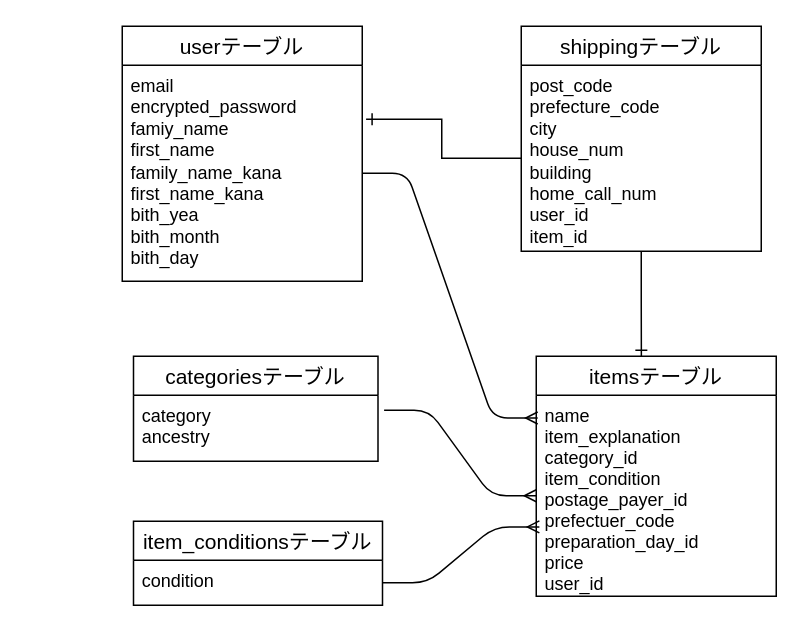
The draw.io diagram page "ページ1" (1 of 2) of ER.dio/furima.dio in souyama77/furima-29616-v2, before the edit. Source tidied: cells renumbered, new cells numbered last; positions are measured from the earlier drawing's top-left corner, leaving out a move shared by most shapes. Both pictures are drawn from the tidied source at 150%, with x=0, y=0 at pixel (122, 26).
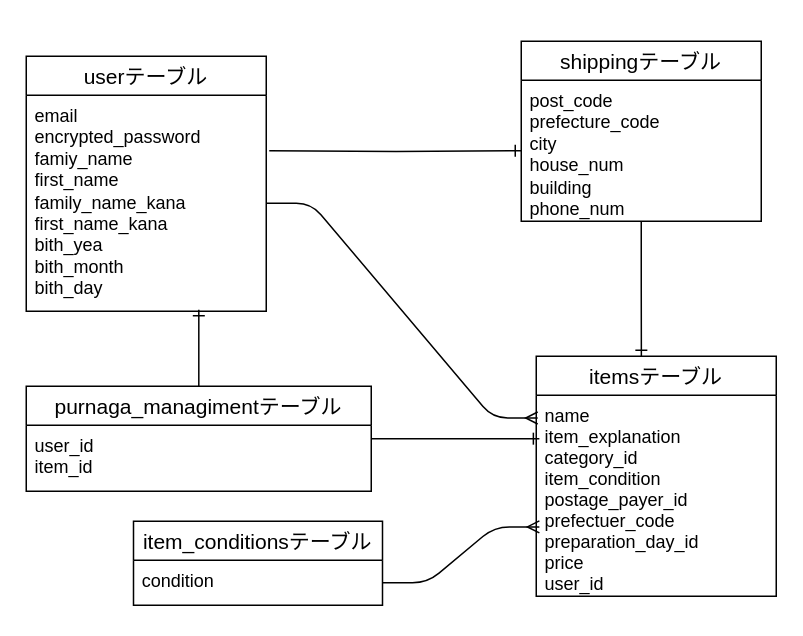
The same diagram, later.

What changed in the source:
```diff
@@
 <mxGraphModel>
   <root>
     <mxCell id="0" />
     <mxCell id="1" parent="0" />
     <mxCell id="2" value="userテーブル" style="swimlane;fontStyle=0;horizontal=1;startSize=26;align=center;fontSize=14;rounded=0;sketch=0;flipH=0;flipV=0;" parent="1" vertex="1">
-      <mxGeometry width="160" height="170" as="geometry" />
+      <mxGeometry x="-64" y="20" width="160" height="170" as="geometry" />
     </mxCell>
     <mxCell id="3" value="email&lt;br&gt;encrypted_password&lt;br&gt;&lt;span&gt;famiy_name&lt;/span&gt;&lt;br style=&quot;padding: 0px ; margin: 0px&quot;&gt;&lt;span&gt;first_name&lt;/span&gt;&lt;br style=&quot;padding: 0px ; margin: 0px&quot;&gt;&lt;span&gt;family_name_kana&lt;/span&gt;&lt;br style=&quot;padding: 0px ; margin: 0px&quot;&gt;&lt;span&gt;first_name_kana&lt;/span&gt;&lt;br style=&quot;padding: 0px ; margin: 0px&quot;&gt;&lt;span&gt;bith_yea&lt;/span&gt;&lt;br style=&quot;padding: 0px ; margin: 0px&quot;&gt;&lt;span&gt;bith_month&lt;/span&gt;&lt;br style=&quot;padding: 0px ; margin: 0px&quot;&gt;&lt;span&gt;bith_day&lt;/span&gt;&lt;br style=&quot;padding: 0px ; margin: 0px&quot;&gt;" style="text;strokeColor=none;fillColor=none;spacingLeft=4;spacingRight=4;overflow=hidden;points=[[0,0.5],[1,0.5]];portConstraint=eastwest;fontSize=12;html=1;whiteSpace=wrap;" parent="2" vertex="1">
       <mxGeometry y="26" width="160" height="144" as="geometry" />
     </mxCell>
     <mxCell id="4" style="edgeStyle=orthogonalEdgeStyle;rounded=0;jettySize=auto;html=1;entryX=0.438;entryY=0;entryDx=0;entryDy=0;entryPerimeter=0;endArrow=ERone;endFill=0;" parent="1" edge="1" source="5" target="7">
       <mxGeometry relative="1" as="geometry" />
     </mxCell>
     <mxCell id="5" value="shippingテーブル" style="swimlane;fontStyle=0;horizontal=1;startSize=26;align=center;fontSize=14;rounded=0;sketch=0;" parent="1" vertex="1">
-      <mxGeometry x="266" width="160" height="150" as="geometry" />
+      <mxGeometry x="266" y="10" width="160" height="120" as="geometry" />
     </mxCell>
-    <mxCell id="6" value="post_code&lt;br&gt;prefecture_code&lt;br&gt;city&lt;br&gt;house_num&lt;br&gt;building&lt;br&gt;home_call_num&lt;br&gt;user_id&lt;br&gt;item_id" style="text;strokeColor=none;fillColor=none;spacingLeft=4;spacingRight=4;overflow=hidden;points=[[0,0.5],[1,0.5]];portConstraint=eastwest;fontSize=12;html=1;whiteSpace=wrap;" parent="5" vertex="1">
-      <mxGeometry y="26" width="160" height="124" as="geometry" />
+    <mxCell id="6" value="post_code&lt;br&gt;prefecture_code&lt;br&gt;city&lt;br&gt;house_num&lt;br&gt;building&lt;br&gt;phone_num&lt;br&gt;&lt;br&gt;" style="text;strokeColor=none;fillColor=none;spacingLeft=4;spacingRight=4;overflow=hidden;points=[[0,0.5],[1,0.5]];portConstraint=eastwest;fontSize=12;html=1;whiteSpace=wrap;" parent="5" vertex="1">
+      <mxGeometry y="26" width="160" height="94" as="geometry" />
     </mxCell>
     <mxCell id="7" value="itemsテーブル" style="swimlane;fontStyle=0;horizontal=1;startSize=26;align=center;fontSize=14;" parent="1" vertex="1">
       <mxGeometry x="276" y="220" width="160" height="160" as="geometry" />
     </mxCell>
     <mxCell id="8" value="name&#10;item_explanation&#10;category_id&#10;item_condition&#10;postage_payer_id&#10;prefectuer_code&#10;preparation_day_id&#10;price&#10;user_id&#10;" style="text;strokeColor=none;fillColor=none;spacingLeft=4;spacingRight=4;overflow=hidden;points=[[0,0.5],[1,0.5]];portConstraint=eastwest;fontSize=12;" parent="7" vertex="1">
       <mxGeometry y="26" width="160" height="134" as="geometry" />
     </mxCell>
-    <mxCell id="9" value="categoriesテーブル" style="swimlane;fontStyle=0;horizontal=1;startSize=26;align=center;fontSize=14;" parent="1" vertex="1">
-      <mxGeometry x="7.5" y="220" width="163" height="70" as="geometry" />
-    </mxCell>
-    <mxCell id="10" value="category&#10;ancestry" style="text;strokeColor=none;fillColor=none;spacingLeft=4;spacingRight=4;overflow=hidden;points=[[0,0.5],[1,0.5]];portConstraint=eastwest;fontSize=12;" parent="9" vertex="1">
-      <mxGeometry y="26" width="163" height="44" as="geometry" />
-    </mxCell>
     <mxCell id="11" value="item_conditionsテーブル" style="swimlane;fontStyle=0;horizontal=1;startSize=26;align=center;fontSize=14;" parent="1" vertex="1">
       <mxGeometry x="7.5" y="330" width="166" height="56" as="geometry" />
     </mxCell>
     <mxCell id="12" value="condition" style="text;strokeColor=none;fillColor=none;spacingLeft=4;spacingRight=4;overflow=hidden;points=[[0,0.5],[1,0.5]];portConstraint=eastwest;fontSize=12;" parent="11" vertex="1">
       <mxGeometry y="26" width="166" height="30" as="geometry" />
     </mxCell>
-    <mxCell id="13" style="edgeStyle=entityRelationEdgeStyle;fontSize=12;html=1;endArrow=ERmany;entryX=0;entryY=0.5;entryDx=0;entryDy=0;exitX=1.025;exitY=0.227;exitDx=0;exitDy=0;exitPerimeter=0;" parent="1" edge="1" source="10" target="8">
-      <mxGeometry relative="1" as="geometry" />
-    </mxCell>
     <mxCell id="14" style="edgeStyle=entityRelationEdgeStyle;fontSize=12;html=1;endArrow=ERmany;exitX=1;exitY=0.5;exitDx=0;exitDy=0;entryX=0.013;entryY=0.655;entryDx=0;entryDy=0;entryPerimeter=0;" parent="1" edge="1" source="12" target="8">
       <mxGeometry relative="1" as="geometry" />
     </mxCell>
     <mxCell id="15" style="edgeStyle=entityRelationEdgeStyle;fontSize=12;html=1;endArrow=ERmany;exitX=1;exitY=0.5;exitDx=0;exitDy=0;entryX=0.006;entryY=0.113;entryDx=0;entryDy=0;entryPerimeter=0;" parent="1" edge="1" source="3" target="8">
       <mxGeometry relative="1" as="geometry" />
     </mxCell>
-    <mxCell id="16" style="edgeStyle=orthogonalEdgeStyle;rounded=0;jettySize=auto;html=1;endArrow=ERone;endFill=0;entryX=1.016;entryY=0.25;entryDx=0;entryDy=0;entryPerimeter=0;" parent="1" edge="1" source="6" target="3">
-      <mxGeometry relative="1" as="geometry" />
-    </mxCell>
+    <mxCell id="17" style="edgeStyle=orthogonalEdgeStyle;rounded=0;jettySize=auto;html=1;entryX=0.719;entryY=0.993;entryDx=0;entryDy=0;entryPerimeter=0;endArrow=ERone;endFill=0;" parent="1" edge="1" source="19" target="3">
+      <mxGeometry relative="1" as="geometry" />
+    </mxCell>
+    <mxCell id="18" style="edgeStyle=orthogonalEdgeStyle;rounded=0;jettySize=auto;html=1;entryX=0.013;entryY=0.216;entryDx=0;entryDy=0;entryPerimeter=0;endArrow=ERone;endFill=0;" parent="1" edge="1" source="19" target="8">
+      <mxGeometry relative="1" as="geometry" />
+    </mxCell>
+    <mxCell id="19" value="purnaga_managimentテーブル" style="swimlane;fontStyle=0;horizontal=1;startSize=26;align=center;fontSize=14;" parent="1" vertex="1">
+      <mxGeometry x="-64" y="240" width="230" height="70" as="geometry" />
+    </mxCell>
+    <mxCell id="20" value="user_id&#10;item_id" style="text;strokeColor=none;fillColor=none;spacingLeft=4;spacingRight=4;overflow=hidden;fontSize=12;" parent="19" vertex="1">
+      <mxGeometry y="26" width="230" height="44" as="geometry" />
+    </mxCell>
+    <mxCell id="21" style="edgeStyle=orthogonalEdgeStyle;rounded=0;jettySize=auto;html=1;entryX=0;entryY=0.5;entryDx=0;entryDy=0;endArrow=ERone;endFill=0;" parent="1" edge="1" target="6">
+      <mxGeometry relative="1" as="geometry">
+        <mxPoint x="98" y="83" as="sourcePoint" />
+      </mxGeometry>
+    </mxCell>
   </root>
 </mxGraphModel>
```
